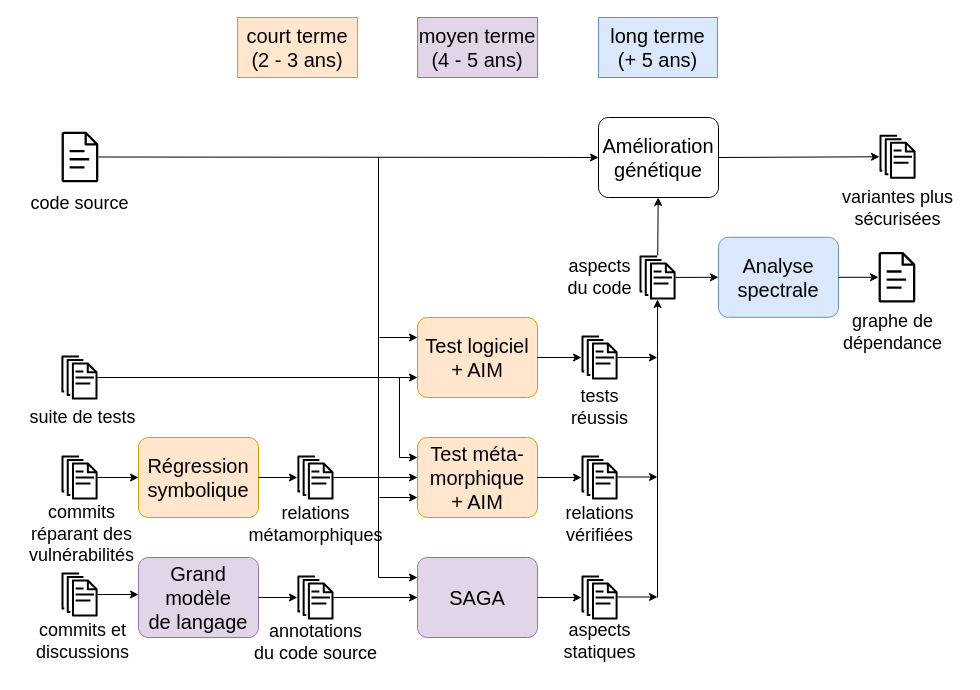
Above: researchProject2026.drawio in yoann-marquer/Diagrams (draw.io), before the change. Source tidied: cells renumbered, new cells numbered last; positions are measured from the earlier drawing's top-left corner, leaving out a move shared by most shapes. Both pictures are drawn from the tidied source at 100%, with x=0, y=0 at pixel (16, 17).
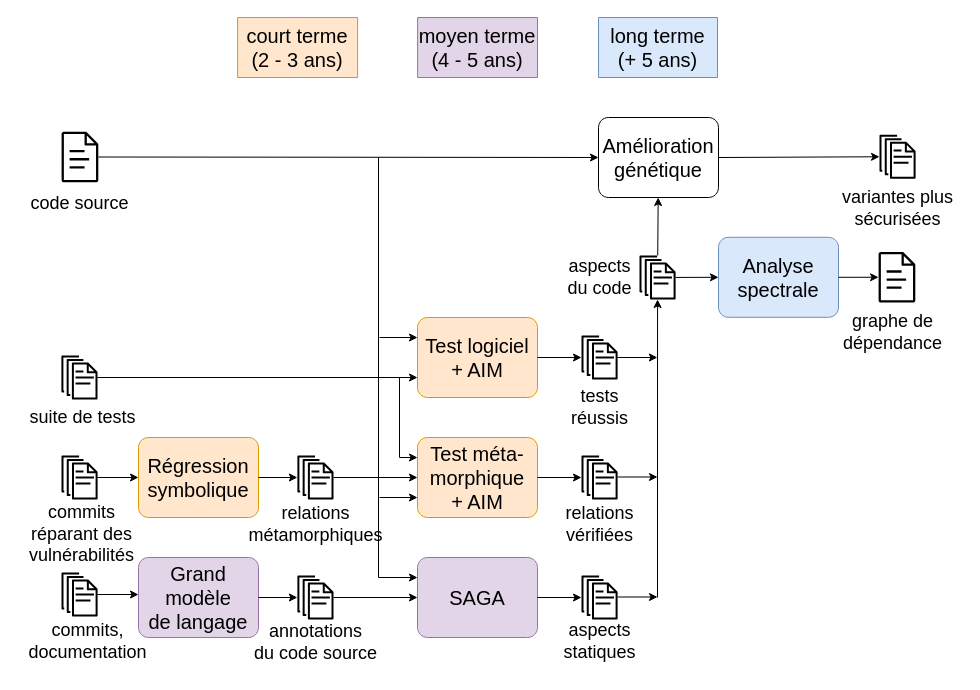
After the change.

What changed in the source:
```diff
@@
-    <mxCell id="58" value="&lt;div&gt;&lt;font style=&quot;font-size: 18px;&quot;&gt;commits et&lt;/font&gt;&lt;/div&gt;&lt;div&gt;&lt;font style=&quot;font-size: 18px;&quot;&gt;discussions&lt;/font&gt;&lt;/div&gt;" style="text;html=1;align=center;verticalAlign=middle;strokeColor=none;fillColor=none;fontSize=15;" parent="1" vertex="1">
-      <mxGeometry x="6" y="594" width="120" height="60" as="geometry" />
+    <mxCell id="58" value="&lt;div&gt;&lt;font style=&quot;font-size: 18px;&quot;&gt;commits,&lt;br&gt;documentation&lt;/font&gt;&lt;/div&gt;" style="text;html=1;align=center;verticalAlign=middle;strokeColor=none;fillColor=none;fontSize=15;" parent="1" vertex="1">
+      <mxGeometry x="1" y="594" width="140" height="60" as="geometry" />
     </mxCell>
```
